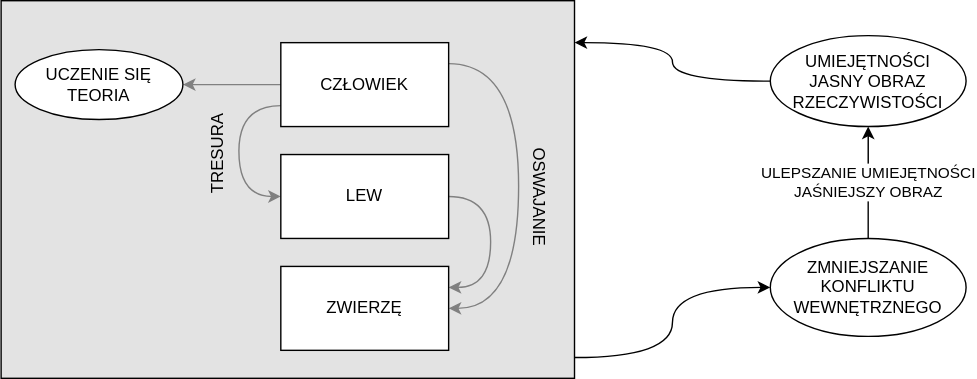
Above: images/ep-04-psychologia-platona-06.svg in lyckantropen/awakening-pl (draw.io), before the change. Source tidied: cells renumbered, new cells last; positions are measured from the earlier drawing's top-left corner, leaving out a move shared by most shapes.
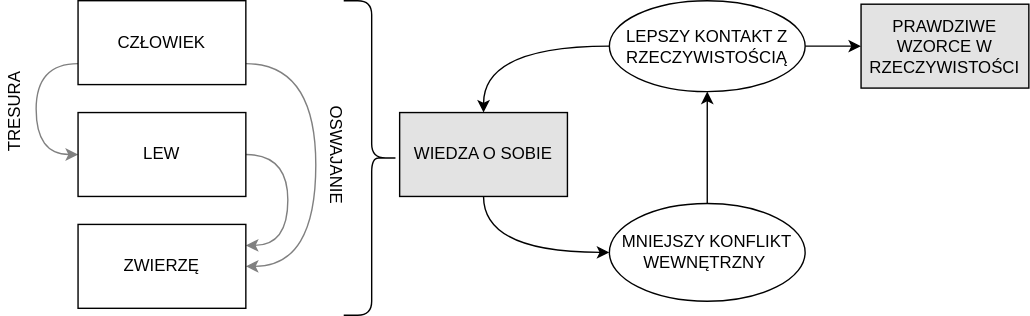
After the commit.

Diff of the diagram source:
```diff
@@ -2,78 +2,76 @@
   <root>
     <mxCell id="0" />
     <mxCell id="1" parent="0" />
-    <mxCell id="2" style="edgeStyle=orthogonalEdgeStyle;curved=1;rounded=0;jettySize=auto;html=1;entryX=0;entryY=0.5;entryDx=0;entryDy=0;exitX=0.999;exitY=0.945;exitDx=0;exitDy=0;exitPerimeter=0;" parent="1" edge="1" source="3" target="18">
-      <mxGeometry relative="1" as="geometry" />
+    <mxCell id="2" style="edgeStyle=orthogonalEdgeStyle;curved=1;jettySize=auto;html=1;exitX=1;exitY=0.75;exitDx=0;exitDy=0;entryX=1;entryY=0.5;entryDx=0;entryDy=0;fontColor=#999999;strokeColor=#808080;" parent="1" edge="1" source="4" target="7">
+      <mxGeometry relative="1" as="geometry">
+        <Array as="points">
+          <mxPoint x="240" y="80" />
+          <mxPoint x="240" y="225" />
+        </Array>
+      </mxGeometry>
     </mxCell>
-    <mxCell id="3" style="whiteSpace=wrap;html=1;fillColor=#E3E3E3;" parent="1" vertex="1">
-      <mxGeometry width="410" height="270" as="geometry" />
+    <mxCell id="3" style="edgeStyle=orthogonalEdgeStyle;curved=1;jettySize=auto;html=1;exitX=0;exitY=0.75;exitDx=0;exitDy=0;entryX=0;entryY=0.5;entryDx=0;entryDy=0;fontColor=#999999;strokeColor=#808080;" parent="1" edge="1" source="4" target="6">
+      <mxGeometry relative="1" as="geometry">
+        <Array as="points">
+          <mxPoint x="40" y="80" />
+          <mxPoint x="40" y="145" />
+        </Array>
+      </mxGeometry>
     </mxCell>
-    <mxCell id="4" style="edgeStyle=orthogonalEdgeStyle;curved=1;jettySize=auto;html=1;fontColor=#999999;strokeColor=#808080;entryX=1;entryY=0.5;entryDx=0;entryDy=0;" parent="1" edge="1" source="7" target="13">
-      <mxGeometry relative="1" as="geometry" />
+    <mxCell id="4" value="CZŁOWIEK" style="rounded=0;whiteSpace=wrap;html=1;" parent="1" vertex="1">
+      <mxGeometry x="70" y="35" width="120" height="60" as="geometry" />
     </mxCell>
-    <mxCell id="5" style="edgeStyle=orthogonalEdgeStyle;curved=1;jettySize=auto;html=1;exitX=1;exitY=0.25;exitDx=0;exitDy=0;entryX=1;entryY=0.5;entryDx=0;entryDy=0;fontColor=#999999;strokeColor=#808080;" parent="1" edge="1" source="7" target="10">
+    <mxCell id="5" style="edgeStyle=orthogonalEdgeStyle;curved=1;jettySize=auto;html=1;exitX=1;exitY=0.5;exitDx=0;exitDy=0;entryX=1;entryY=0.25;entryDx=0;entryDy=0;fontColor=#999999;strokeColor=#808080;" parent="1" edge="1" source="6" target="7">
       <mxGeometry relative="1" as="geometry">
         <Array as="points">
-          <mxPoint x="370" y="45" />
-          <mxPoint x="370" y="220" />
+          <mxPoint x="220" y="145" />
+          <mxPoint x="220" y="210" />
         </Array>
       </mxGeometry>
     </mxCell>
-    <mxCell id="6" style="edgeStyle=orthogonalEdgeStyle;curved=1;jettySize=auto;html=1;exitX=0;exitY=0.75;exitDx=0;exitDy=0;entryX=0;entryY=0.5;entryDx=0;entryDy=0;fontColor=#999999;strokeColor=#808080;" parent="1" edge="1" source="7" target="9">
-      <mxGeometry relative="1" as="geometry">
-        <Array as="points">
-          <mxPoint x="170" y="75" />
-          <mxPoint x="170" y="140" />
-        </Array>
-      </mxGeometry>
+    <mxCell id="6" value="LEW" style="rounded=0;whiteSpace=wrap;html=1;" parent="1" vertex="1">
+      <mxGeometry x="70" y="115" width="120" height="60" as="geometry" />
     </mxCell>
-    <mxCell id="7" value="CZŁOWIEK" style="rounded=0;whiteSpace=wrap;html=1;" parent="1" vertex="1">
-      <mxGeometry x="200" y="30" width="120" height="60" as="geometry" />
+    <mxCell id="7" value="ZWIERZĘ" style="rounded=0;whiteSpace=wrap;html=1;" parent="1" vertex="1">
+      <mxGeometry x="70" y="195" width="120" height="60" as="geometry" />
     </mxCell>
-    <mxCell id="8" style="edgeStyle=orthogonalEdgeStyle;curved=1;jettySize=auto;html=1;exitX=1;exitY=0.5;exitDx=0;exitDy=0;entryX=1;entryY=0.25;entryDx=0;entryDy=0;fontColor=#999999;strokeColor=#808080;" parent="1" edge="1" source="9" target="10">
-      <mxGeometry relative="1" as="geometry">
-        <Array as="points">
-          <mxPoint x="350" y="140" />
-          <mxPoint x="350" y="205" />
-        </Array>
-      </mxGeometry>
+    <mxCell id="8" value="OSWAJANIE" style="text;html=1;align=center;verticalAlign=middle;strokeColor=none;fillColor=none;fontColor=#000000;rotation=90;" parent="1" vertex="1">
+      <mxGeometry x="210" y="135" width="90" height="20" as="geometry" />
     </mxCell>
-    <mxCell id="9" value="LEW" style="rounded=0;whiteSpace=wrap;html=1;" parent="1" vertex="1">
-      <mxGeometry x="200" y="110" width="120" height="60" as="geometry" />
+    <mxCell id="9" value="TRESURA" style="text;html=1;align=center;verticalAlign=middle;points=[];strokeColor=none;fillColor=none;fontColor=#000000;rotation=-90;" parent="1" vertex="1">
+      <mxGeometry x="-10" y="105" width="70" height="20" as="geometry" />
     </mxCell>
-    <mxCell id="10" value="ZWIERZĘ" style="rounded=0;whiteSpace=wrap;html=1;" parent="1" vertex="1">
-      <mxGeometry x="200" y="190" width="120" height="60" as="geometry" />
+    <mxCell id="10" style="edgeStyle=orthogonalEdgeStyle;curved=1;rounded=0;jettySize=auto;html=1;entryX=0;entryY=0.5;entryDx=0;entryDy=0;" parent="1" edge="1" source="12" target="17">
+      <mxGeometry relative="1" as="geometry" />
     </mxCell>
-    <mxCell id="11" value="OSWAJANIE" style="text;html=1;align=center;verticalAlign=middle;strokeColor=none;fillColor=none;fontColor=#000000;rotation=90;" parent="1" vertex="1">
-      <mxGeometry x="340" y="130" width="90" height="20" as="geometry" />
+    <mxCell id="11" style="edgeStyle=orthogonalEdgeStyle;curved=1;rounded=0;jettySize=auto;html=1;entryX=0.5;entryY=0;entryDx=0;entryDy=0;" parent="1" edge="1" source="12" target="16">
+      <mxGeometry relative="1" as="geometry" />
     </mxCell>
-    <mxCell id="12" value="TRESURA" style="text;html=1;align=center;verticalAlign=middle;points=[];strokeColor=none;fillColor=none;fontColor=#000000;rotation=-90;" parent="1" vertex="1">
-      <mxGeometry x="120" y="100" width="70" height="20" as="geometry" />
+    <mxCell id="12" value="LEPSZY KONTAKT Z RZECZYWISTOŚCIĄ" style="ellipse;whiteSpace=wrap;html=1;" parent="1" vertex="1">
+      <mxGeometry x="450" y="35" width="140" height="65" as="geometry" />
     </mxCell>
-    <mxCell id="13" value="UCZENIE SIĘ&lt;br&gt;TEORIA" style="ellipse;whiteSpace=wrap;html=1;fontColor=#000000;fillColor=default;gradientColor=none;" parent="1" vertex="1">
-      <mxGeometry x="10" y="35" width="120" height="50" as="geometry" />
+    <mxCell id="13" style="edgeStyle=orthogonalEdgeStyle;curved=1;rounded=0;jettySize=auto;html=1;exitX=0.5;exitY=0;exitDx=0;exitDy=0;entryX=0.5;entryY=1;entryDx=0;entryDy=0;" parent="1" edge="1" source="14" target="12">
+      <mxGeometry relative="1" as="geometry">
+        <Array as="points">
+          <mxPoint x="520" y="140" />
+          <mxPoint x="520" y="140" />
+        </Array>
+      </mxGeometry>
     </mxCell>
-    <mxCell id="14" style="edgeStyle=orthogonalEdgeStyle;curved=1;rounded=0;jettySize=auto;html=1;exitX=0;exitY=0.5;exitDx=0;exitDy=0;entryX=1;entryY=0.111;entryDx=0;entryDy=0;entryPerimeter=0;" parent="1" edge="1" source="15" target="3">
-      <mxGeometry relative="1" as="geometry" />
+    <mxCell id="14" value="MNIEJSZY KONFLIKT&lt;br&gt;WEWNĘTRZNY&amp;nbsp;" style="ellipse;whiteSpace=wrap;html=1;" parent="1" vertex="1">
+      <mxGeometry x="450" y="180" width="140" height="70" as="geometry" />
     </mxCell>
-    <mxCell id="15" value="UMIEJĘTNOŚCI&lt;br&gt;JASNY OBRAZ RZECZYWISTOŚCI" style="ellipse;whiteSpace=wrap;html=1;" parent="1" vertex="1">
-      <mxGeometry x="550" y="25" width="140" height="65" as="geometry" />
+    <mxCell id="15" style="edgeStyle=orthogonalEdgeStyle;curved=1;rounded=0;jettySize=auto;html=1;exitX=0.5;exitY=1;exitDx=0;exitDy=0;entryX=0;entryY=0.5;entryDx=0;entryDy=0;" parent="1" edge="1" source="16" target="14">
+      <mxGeometry relative="1" as="geometry" />
     </mxCell>
-    <mxCell id="16" style="edgeStyle=orthogonalEdgeStyle;curved=1;rounded=0;jettySize=auto;html=1;exitX=0.5;exitY=0;exitDx=0;exitDy=0;entryX=0.5;entryY=1;entryDx=0;entryDy=0;" parent="1" edge="1" source="18" target="15">
-      <mxGeometry relative="1" as="geometry">
-        <Array as="points">
-          <mxPoint x="620" y="130" />
-          <mxPoint x="620" y="130" />
-        </Array>
-      </mxGeometry>
+    <mxCell id="16" value="WIEDZA O SOBIE" style="whiteSpace=wrap;html=1;fillColor=#E3E3E3;" parent="1" vertex="1">
+      <mxGeometry x="300" y="115" width="120" height="60" as="geometry" />
     </mxCell>
-    <mxCell id="17" value="ULEPSZANIE UMIEJĘTNOŚCI&lt;br&gt;JAŚNIEJSZY OBRAZ" style="edgeLabel;html=1;align=center;verticalAlign=middle;points=[];" parent="16" vertex="1">
-      <mxGeometry x="0.2" relative="1" as="geometry">
-        <mxPoint y="8" as="offset" />
-      </mxGeometry>
+    <mxCell id="17" value="PRAWDZIWE WZORCE W RZECZYWISTOŚCI" style="whiteSpace=wrap;html=1;fillColor=#E3E3E3;" parent="1" vertex="1">
+      <mxGeometry x="630" y="37.5" width="120" height="60" as="geometry" />
     </mxCell>
-    <mxCell id="18" value="ZMNIEJSZANIE KONFLIKTU WEWNĘTRZNEGO" style="ellipse;whiteSpace=wrap;html=1;" parent="1" vertex="1">
-      <mxGeometry x="550" y="170" width="140" height="70" as="geometry" />
+    <mxCell id="18" style="shape=curlyBracket;whiteSpace=wrap;html=1;rounded=1;flipH=1;fillColor=#E3E3E3;" parent="1" vertex="1">
+      <mxGeometry x="260" y="35" width="40" height="225" as="geometry" />
     </mxCell>
   </root>
 </mxGraphModel>
```
